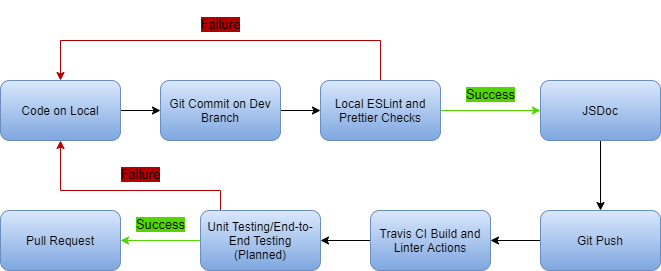
Before: admin/cipipeline/phase1.drawio.png, a diagram exported from draw.io (FlamingoJournal/cse110-sp21-group18). Source tidied: cells renumbered, new cells last; positions are measured from the earlier drawing's top-left corner, leaving out a move shared by most shapes.
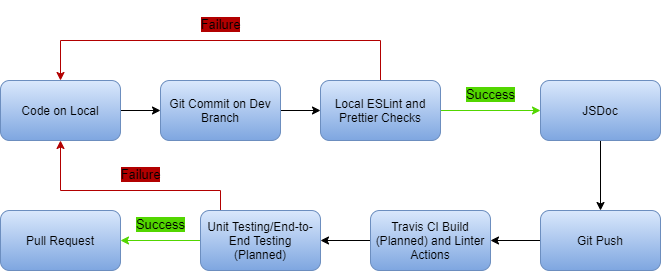
After the commit.

Change to the diagram source:
```diff
@@ -43,7 +43,7 @@
     <mxCell id="13" style="edgeStyle=orthogonalEdgeStyle;rounded=0;jettySize=auto;html=1;exitX=0;exitY=0.5;exitDx=0;exitDy=0;" parent="1" edge="1" source="14" target="17">
       <mxGeometry relative="1" as="geometry" />
     </mxCell>
-    <mxCell id="14" value="&lt;font color=&quot;#000000&quot;&gt;Travis CI Build and Linter Actions&lt;/font&gt;" style="rounded=1;whiteSpace=wrap;html=1;gradientColor=#7ea6e0;fillColor=#dae8fc;strokeColor=#6c8ebf;" parent="1" vertex="1">
+    <mxCell id="14" value="&lt;font color=&quot;#000000&quot;&gt;Travis CI Build (Planned) and Linter Actions&lt;/font&gt;" style="rounded=1;whiteSpace=wrap;html=1;gradientColor=#7ea6e0;fillColor=#dae8fc;strokeColor=#6c8ebf;" parent="1" vertex="1">
       <mxGeometry x="370" y="210" width="120" height="60" as="geometry" />
     </mxCell>
     <mxCell id="15" style="edgeStyle=orthogonalEdgeStyle;rounded=0;jettySize=auto;html=1;exitX=0;exitY=0.5;exitDx=0;exitDy=0;entryX=1;entryY=0.5;entryDx=0;entryDy=0;fillColor=#60a917;strokeColor=#52D600;" parent="1" edge="1" source="17" target="18">
```
